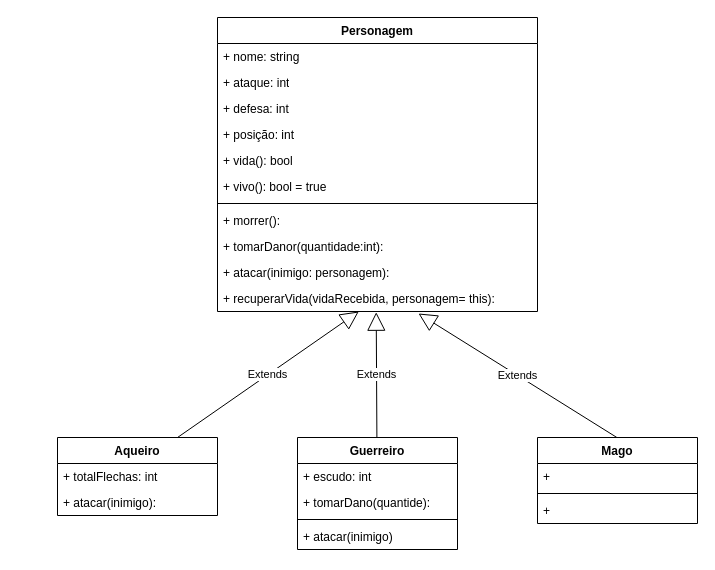
This is aulas/aula10/Diagram.drawio from dsdaniel-santana/logica_programacao, a draw.io file, before an edit. Source tidied: cells renumbered, new cells numbered last; positions are measured from the earlier drawing's top-left corner, leaving out a move shared by most shapes. Both pictures are drawn from the tidied source at 100%, with x=0, y=0 at pixel (57, 17).
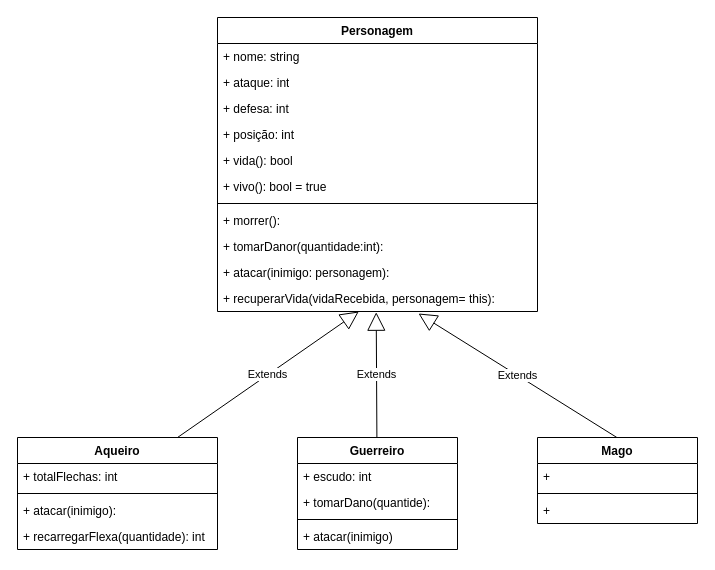
The same page after the edit.

Commit message (it also covers changes not shown here):
Novas funções

Diff of the diagram source:
```diff
@@
     <mxCell id="14" value="Aqueiro" style="swimlane;fontStyle=1;align=center;verticalAlign=top;horizontal=1;startSize=26;" parent="1" vertex="1">
-      <mxGeometry y="420" width="160" height="78" as="geometry" />
+      <mxGeometry x="-40" y="420" width="200" height="112" as="geometry" />
     </mxCell>
     <mxCell id="15" value="+ totalFlechas: int" style="text;strokeColor=none;fillColor=none;align=left;verticalAlign=top;spacingLeft=4;spacingRight=4;overflow=hidden;" parent="14" vertex="1">
-      <mxGeometry y="26" width="160" height="26" as="geometry" />
+      <mxGeometry y="26" width="200" height="26" as="geometry" />
     </mxCell>
+    <mxCell id="29" style="line;strokeWidth=1;fillColor=none;align=left;verticalAlign=middle;spacingTop=-1;spacingLeft=3;spacingRight=3;labelPosition=right;strokeColor=inherit;" parent="14" vertex="1">
+      <mxGeometry y="52" width="200" height="8" as="geometry" />
+    </mxCell>
     <mxCell id="16" value="+ atacar(inimigo): " style="text;strokeColor=none;fillColor=none;align=left;verticalAlign=top;spacingLeft=4;spacingRight=4;overflow=hidden;" parent="14" vertex="1">
-      <mxGeometry y="52" width="160" height="26" as="geometry" />
+      <mxGeometry y="60" width="200" height="26" as="geometry" />
     </mxCell>
+    <mxCell id="30" value="+ recarregarFlexa(quantidade): int " style="text;strokeColor=none;fillColor=none;align=left;verticalAlign=top;spacingLeft=4;spacingRight=4;overflow=hidden;" parent="14" vertex="1">
+      <mxGeometry y="86" width="200" height="26" as="geometry" />
+    </mxCell>
```
